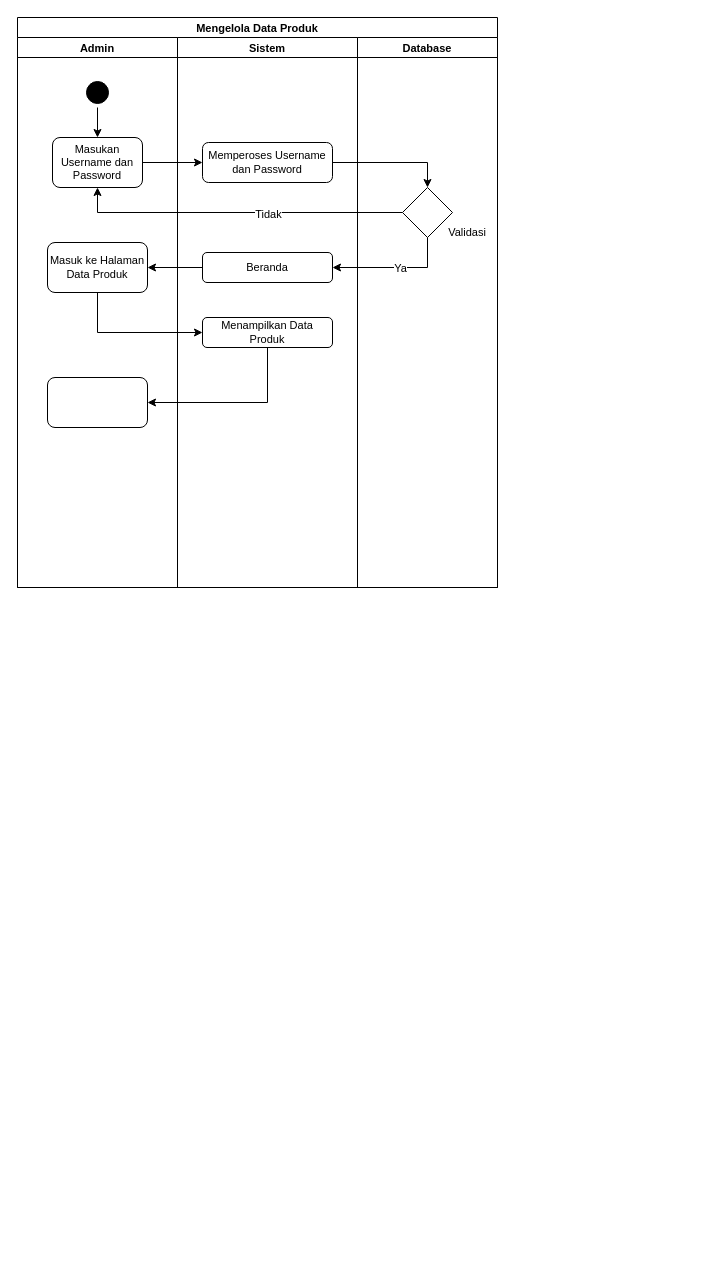
The draw.io diagram page "Mengelola Data Produk" (10 of 11) of Untitled Diagram.drawio (1).drawio in WildanMaulana17/admin.cafe17purwokerto, before the edit. Source tidied: cells renumbered, new cells numbered last; positions are measured from the earlier drawing's top-left corner, leaving out a move shared by most shapes. Both pictures are drawn from the tidied source at 100%, with x=0, y=0 at pixel (17, 17).
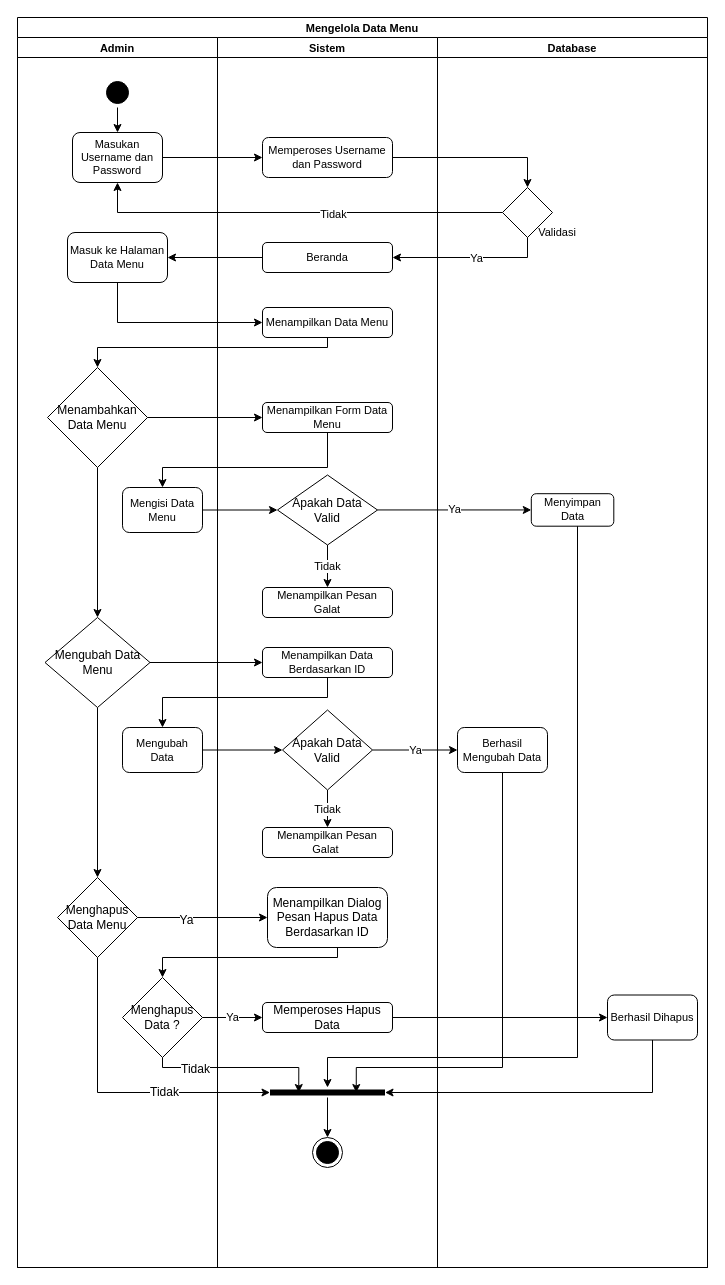
The same diagram, later.

What changed in the source:
```diff
@@
-    <mxCell id="2" value="Mengelola Data Produk" style="swimlane;startSize=20;fontSize=11;strokeColor=#000000;" parent="1" vertex="1">
-      <mxGeometry width="480" height="570" as="geometry" />
+    <mxCell id="2" value="Mengelola Data Menu" style="swimlane;startSize=20;fontSize=11;strokeColor=#000000;" parent="1" vertex="1">
+      <mxGeometry width="690" height="1250" as="geometry" />
     </mxCell>
     <mxCell id="3" value="Admin" style="swimlane;startSize=20;fontSize=11;strokeColor=#000000;" parent="2" vertex="1">
-      <mxGeometry y="20" width="160" height="550" as="geometry" />
+      <mxGeometry y="20" width="200" height="1230" as="geometry" />
     </mxCell>
@@
     <mxCell id="5" style="ellipse;html=1;shape=startState;fillColor=#000000;strokeColor=#000000;fontSize=11;" parent="3" vertex="1">
-      <mxGeometry x="65" y="40" width="30" height="30" as="geometry" />
+      <mxGeometry x="85" y="40" width="30" height="30" as="geometry" />
     </mxCell>
     <mxCell id="6" value="Masukan Username dan Password" style="rounded=1;whiteSpace=wrap;html=1;fontSize=11;strokeColor=#000000;" parent="3" vertex="1">
-      <mxGeometry x="35" y="100" width="90" height="50" as="geometry" />
+      <mxGeometry x="55" y="95" width="90" height="50" as="geometry" />
     </mxCell>
-    <mxCell id="7" value="Masuk ke Halaman Data Produk" style="rounded=1;whiteSpace=wrap;html=1;fontSize=11;strokeColor=#000000;" parent="3" vertex="1">
-      <mxGeometry x="30" y="205" width="100" height="50" as="geometry" />
+    <mxCell id="7" value="Masuk ke Halaman Data Menu" style="rounded=1;whiteSpace=wrap;html=1;fontSize=11;strokeColor=#000000;" parent="3" vertex="1">
+      <mxGeometry x="50" y="195" width="100" height="50" as="geometry" />
     </mxCell>
-    <mxCell id="8" style="rounded=1;whiteSpace=wrap;html=1;fontSize=11;strokeColor=#000000;" parent="3" vertex="1">
-      <mxGeometry x="30" y="340" width="100" height="50" as="geometry" />
-    </mxCell>
+    <mxCell id="25" style="edgeStyle=orthogonalEdgeStyle;rounded=0;jettySize=auto;html=1;entryX=0.5;entryY=0;entryDx=0;entryDy=0;strokeColor=#000000;" parent="3" edge="1" source="26" target="29">
+      <mxGeometry relative="1" as="geometry" />
+    </mxCell>
+    <mxCell id="26" value="Menambahkan Data Menu" style="rhombus;whiteSpace=wrap;html=1;strokeColor=#000000;" parent="3" vertex="1">
+      <mxGeometry x="30" y="330" width="100" height="100" as="geometry" />
+    </mxCell>
+    <mxCell id="27" value="Mengisi Data Menu" style="rounded=1;whiteSpace=wrap;html=1;fontSize=11;strokeColor=#000000;" parent="3" vertex="1">
+      <mxGeometry x="105" y="450" width="80" height="45" as="geometry" />
+    </mxCell>
+    <mxCell id="28" style="edgeStyle=orthogonalEdgeStyle;rounded=0;jettySize=auto;html=1;entryX=0.5;entryY=0;entryDx=0;entryDy=0;strokeColor=#000000;" parent="3" edge="1" source="29" target="31">
+      <mxGeometry relative="1" as="geometry" />
+    </mxCell>
+    <mxCell id="29" value="Mengubah Data Menu" style="rhombus;whiteSpace=wrap;html=1;strokeColor=#000000;" parent="3" vertex="1">
+      <mxGeometry x="27.5" y="580" width="105" height="90" as="geometry" />
+    </mxCell>
+    <mxCell id="30" value="Mengubah Data" style="rounded=1;whiteSpace=wrap;html=1;fontSize=11;strokeColor=#000000;" parent="3" vertex="1">
+      <mxGeometry x="105" y="690" width="80" height="45" as="geometry" />
+    </mxCell>
+    <mxCell id="31" value="Menghapus Data Menu" style="rhombus;whiteSpace=wrap;html=1;strokeColor=#000000;" parent="3" vertex="1">
+      <mxGeometry x="40" y="840" width="80" height="80" as="geometry" />
+    </mxCell>
+    <mxCell id="32" value="Menghapus Data ?" style="rhombus;whiteSpace=wrap;html=1;strokeColor=#000000;" parent="3" vertex="1">
+      <mxGeometry x="105" y="940" width="80" height="80" as="geometry" />
+    </mxCell>
     <mxCell id="9" value="Sistem" style="swimlane;startSize=20;fontSize=11;strokeColor=#000000;" parent="2" vertex="1">
-      <mxGeometry x="160" y="20" width="180" height="550" as="geometry" />
+      <mxGeometry x="200" y="20" width="220" height="1230" as="geometry" />
     </mxCell>
     <mxCell id="10" value="Memperoses Username dan Password" style="rounded=1;whiteSpace=wrap;html=1;fontSize=11;strokeColor=#000000;" parent="9" vertex="1">
-      <mxGeometry x="25" y="105" width="130" height="40" as="geometry" />
+      <mxGeometry x="45" y="100" width="130" height="40" as="geometry" />
     </mxCell>
     <mxCell id="11" value="Beranda" style="rounded=1;whiteSpace=wrap;html=1;fontSize=11;strokeColor=#000000;" parent="9" vertex="1">
-      <mxGeometry x="25" y="215" width="130" height="30" as="geometry" />
+      <mxGeometry x="45" y="205" width="130" height="30" as="geometry" />
     </mxCell>
-    <mxCell id="12" value="Menampilkan Data Produk" style="rounded=1;whiteSpace=wrap;html=1;fontSize=11;strokeColor=#000000;" parent="9" vertex="1">
-      <mxGeometry x="25" y="280" width="130" height="30" as="geometry" />
+    <mxCell id="12" value="Menampilkan Data Menu" style="rounded=1;whiteSpace=wrap;html=1;fontSize=11;strokeColor=#000000;" parent="9" vertex="1">
+      <mxGeometry x="45" y="270" width="130" height="30" as="geometry" />
     </mxCell>
+    <mxCell id="33" value="Menampilkan Form Data Menu" style="rounded=1;whiteSpace=wrap;html=1;fontSize=11;strokeColor=#000000;" parent="9" vertex="1">
+      <mxGeometry x="45" y="365" width="130" height="30" as="geometry" />
+    </mxCell>
+    <mxCell id="34" value="Tidak" style="edgeStyle=orthogonalEdgeStyle;rounded=0;jettySize=auto;html=1;strokeColor=#000000;" parent="9" edge="1" source="35" target="36">
+      <mxGeometry relative="1" as="geometry" />
+    </mxCell>
+    <mxCell id="35" value="Apakah Data Valid" style="rhombus;whiteSpace=wrap;html=1;strokeColor=#000000;" parent="9" vertex="1">
+      <mxGeometry x="60" y="437.5" width="100" height="70" as="geometry" />
+    </mxCell>
+    <mxCell id="36" value="Menampilkan Pesan Galat" style="rounded=1;whiteSpace=wrap;html=1;fontSize=11;strokeColor=#000000;" parent="9" vertex="1">
+      <mxGeometry x="45" y="550" width="130" height="30" as="geometry" />
+    </mxCell>
+    <mxCell id="37" value="Menampilkan Data Berdasarkan ID" style="rounded=1;whiteSpace=wrap;html=1;fontSize=11;strokeColor=#000000;" parent="9" vertex="1">
+      <mxGeometry x="45" y="610" width="130" height="30" as="geometry" />
+    </mxCell>
+    <mxCell id="38" value="Tidak" style="edgeStyle=orthogonalEdgeStyle;rounded=0;jettySize=auto;html=1;entryX=0.5;entryY=0;entryDx=0;entryDy=0;strokeColor=#000000;" parent="9" edge="1" source="39" target="40">
+      <mxGeometry relative="1" as="geometry" />
+    </mxCell>
+    <mxCell id="39" value="Apakah Data Valid" style="rhombus;whiteSpace=wrap;html=1;strokeColor=#000000;" parent="9" vertex="1">
+      <mxGeometry x="65" y="672.5" width="90" height="80" as="geometry" />
+    </mxCell>
+    <mxCell id="40" value="Menampilkan Pesan Galat&amp;nbsp;" style="rounded=1;whiteSpace=wrap;html=1;fontSize=11;strokeColor=#000000;" parent="9" vertex="1">
+      <mxGeometry x="45" y="790" width="130" height="30" as="geometry" />
+    </mxCell>
+    <mxCell id="41" value="&lt;span&gt;Menampilkan Dialog Pesan Hapus Data Berdasarkan ID&lt;/span&gt;" style="rounded=1;whiteSpace=wrap;html=1;strokeColor=#000000;" parent="9" vertex="1">
+      <mxGeometry x="50" y="850" width="120" height="60" as="geometry" />
+    </mxCell>
+    <mxCell id="42" value="&lt;font style=&quot;font-size: 12px&quot;&gt;Memperoses Hapus Data&lt;/font&gt;" style="rounded=1;whiteSpace=wrap;html=1;fontSize=11;strokeColor=#000000;" parent="9" vertex="1">
+      <mxGeometry x="45" y="965" width="130" height="30" as="geometry" />
+    </mxCell>
+    <mxCell id="43" style="edgeStyle=orthogonalEdgeStyle;rounded=0;jettySize=auto;html=1;entryX=0.5;entryY=0;entryDx=0;entryDy=0;fontSize=12;strokeColor=#000000;" parent="9" edge="1" source="44" target="45">
+      <mxGeometry relative="1" as="geometry" />
+    </mxCell>
+    <mxCell id="44" style="shape=line;html=1;strokeWidth=6;strokeColor=#000000;fontSize=12;" parent="9" vertex="1">
+      <mxGeometry x="52.5" y="1050" width="115" height="10" as="geometry" />
+    </mxCell>
+    <mxCell id="45" style="ellipse;html=1;shape=endState;fillColor=#000000;strokeColor=#000000;fontSize=12;" parent="9" vertex="1">
+      <mxGeometry x="95" y="1100" width="30" height="30" as="geometry" />
+    </mxCell>
     <mxCell id="13" value="Database" style="swimlane;startSize=20;fontSize=11;strokeColor=#000000;" parent="2" vertex="1">
-      <mxGeometry x="340" y="20" width="140" height="550" as="geometry" />
+      <mxGeometry x="420" y="20" width="270" height="1230" as="geometry" />
     </mxCell>
     <mxCell id="14" style="rhombus;whiteSpace=wrap;html=1;fontSize=11;strokeColor=#000000;" parent="13" vertex="1">
-      <mxGeometry x="45" y="150" width="50" height="50" as="geometry" />
+      <mxGeometry x="65" y="150" width="50" height="50" as="geometry" />
     </mxCell>
     <mxCell id="15" value="Validasi" style="text;html=1;strokeColor=none;fillColor=none;align=center;verticalAlign=middle;whiteSpace=wrap;rounded=0;fontSize=11;" parent="13" vertex="1">
-      <mxGeometry x="80" y="180" width="60" height="30" as="geometry" />
+      <mxGeometry x="90" y="180" width="60" height="30" as="geometry" />
     </mxCell>
+    <mxCell id="46" value="Menyimpan Data" style="rounded=1;whiteSpace=wrap;html=1;fontSize=11;strokeColor=#000000;" parent="13" vertex="1">
+      <mxGeometry x="93.8" y="456.2" width="82.5" height="32.5" as="geometry" />
+    </mxCell>
+    <mxCell id="47" value="Berhasil Mengubah Data" style="rounded=1;whiteSpace=wrap;html=1;fontSize=11;strokeColor=#000000;" parent="13" vertex="1">
+      <mxGeometry x="20" y="690" width="90" height="45" as="geometry" />
+    </mxCell>
+    <mxCell id="48" value="Berhasil Dihapus" style="rounded=1;whiteSpace=wrap;html=1;fontSize=11;strokeColor=#000000;" parent="13" vertex="1">
+      <mxGeometry x="170" y="957.5" width="90" height="45" as="geometry" />
+    </mxCell>
@@
     <mxCell id="20" style="edgeStyle=orthogonalEdgeStyle;rounded=0;jettySize=auto;html=1;entryX=1;entryY=0.5;entryDx=0;entryDy=0;fontSize=11;strokeColor=#000000;" parent="2" edge="1" source="14" target="11">
       <mxGeometry relative="1" as="geometry">
         <Array as="points">
-          <mxPoint x="410" y="250" />
+          <mxPoint x="510" y="240" />
         </Array>
       </mxGeometry>
     </mxCell>
@@
     <mxCell id="23" style="edgeStyle=orthogonalEdgeStyle;rounded=0;jettySize=auto;html=1;entryX=0;entryY=0.5;entryDx=0;entryDy=0;" parent="2" edge="1" source="7" target="12">
       <mxGeometry relative="1" as="geometry">
         <Array as="points">
-          <mxPoint x="80" y="315" />
+          <mxPoint x="100" y="305" />
         </Array>
       </mxGeometry>
     </mxCell>
-    <mxCell id="24" style="edgeStyle=orthogonalEdgeStyle;rounded=0;jettySize=auto;html=1;entryX=1;entryY=0.5;entryDx=0;entryDy=0;" parent="2" edge="1" source="12" target="8">
-      <mxGeometry relative="1" as="geometry">
-        <Array as="points">
-          <mxPoint x="250" y="385" />
-        </Array>
-      </mxGeometry>
-    </mxCell>
+    <mxCell id="49" style="edgeStyle=orthogonalEdgeStyle;rounded=0;jettySize=auto;html=1;entryX=0.5;entryY=0;entryDx=0;entryDy=0;strokeColor=#000000;" parent="2" edge="1" source="12" target="26">
+      <mxGeometry relative="1" as="geometry">
+        <Array as="points">
+          <mxPoint x="310" y="330" />
+          <mxPoint x="80" y="330" />
+        </Array>
+      </mxGeometry>
+    </mxCell>
+    <mxCell id="50" style="edgeStyle=orthogonalEdgeStyle;rounded=0;jettySize=auto;html=1;entryX=0;entryY=0.5;entryDx=0;entryDy=0;strokeColor=#000000;" parent="2" edge="1" source="26" target="33">
+      <mxGeometry relative="1" as="geometry" />
+    </mxCell>
+    <mxCell id="51" style="edgeStyle=orthogonalEdgeStyle;rounded=0;jettySize=auto;html=1;entryX=0.5;entryY=0;entryDx=0;entryDy=0;strokeColor=#000000;" parent="2" edge="1" source="33" target="27">
+      <mxGeometry relative="1" as="geometry">
+        <Array as="points">
+          <mxPoint x="310" y="450" />
+          <mxPoint x="145" y="450" />
+        </Array>
+      </mxGeometry>
+    </mxCell>
+    <mxCell id="52" style="edgeStyle=orthogonalEdgeStyle;rounded=0;jettySize=auto;html=1;entryX=0;entryY=0.5;entryDx=0;entryDy=0;strokeColor=#000000;" parent="2" edge="1" source="27" target="35">
+      <mxGeometry relative="1" as="geometry" />
+    </mxCell>
+    <mxCell id="53" value="Ya" style="edgeStyle=orthogonalEdgeStyle;rounded=0;jettySize=auto;html=1;entryX=0;entryY=0.5;entryDx=0;entryDy=0;strokeColor=#000000;" parent="2" edge="1" source="35" target="46">
+      <mxGeometry relative="1" as="geometry" />
+    </mxCell>
+    <mxCell id="54" style="edgeStyle=orthogonalEdgeStyle;rounded=0;jettySize=auto;html=1;entryX=0;entryY=0.5;entryDx=0;entryDy=0;strokeColor=#000000;" parent="2" edge="1" source="29" target="37">
+      <mxGeometry relative="1" as="geometry" />
+    </mxCell>
+    <mxCell id="55" style="edgeStyle=orthogonalEdgeStyle;rounded=0;jettySize=auto;html=1;entryX=0.5;entryY=0;entryDx=0;entryDy=0;strokeColor=#000000;" parent="2" edge="1" source="37" target="30">
+      <mxGeometry relative="1" as="geometry">
+        <Array as="points">
+          <mxPoint x="310" y="680" />
+          <mxPoint x="145" y="680" />
+        </Array>
+      </mxGeometry>
+    </mxCell>
+    <mxCell id="56" style="edgeStyle=orthogonalEdgeStyle;rounded=0;jettySize=auto;html=1;entryX=0;entryY=0.5;entryDx=0;entryDy=0;strokeColor=#000000;" parent="2" edge="1" source="30" target="39">
+      <mxGeometry relative="1" as="geometry" />
+    </mxCell>
+    <mxCell id="57" value="Ya" style="edgeStyle=orthogonalEdgeStyle;rounded=0;jettySize=auto;html=1;entryX=0;entryY=0.5;entryDx=0;entryDy=0;strokeColor=#000000;" parent="2" edge="1" source="39" target="47">
+      <mxGeometry relative="1" as="geometry" />
+    </mxCell>
+    <mxCell id="58" style="edgeStyle=orthogonalEdgeStyle;rounded=0;jettySize=auto;html=1;entryX=0;entryY=0.5;entryDx=0;entryDy=0;strokeColor=#000000;" parent="2" edge="1" source="31" target="41">
+      <mxGeometry relative="1" as="geometry" />
+    </mxCell>
+    <mxCell id="59" value="Ya" style="edgeLabel;html=1;align=center;verticalAlign=middle;fontSize=12;" parent="58" vertex="1">
+      <mxGeometry x="-0.26" y="-2" relative="1" as="geometry" />
+    </mxCell>
+    <mxCell id="60" style="edgeStyle=orthogonalEdgeStyle;rounded=0;jettySize=auto;html=1;strokeColor=#000000;entryX=0.5;entryY=0;entryDx=0;entryDy=0;" parent="2" edge="1" source="41" target="32">
+      <mxGeometry relative="1" as="geometry">
+        <Array as="points">
+          <mxPoint x="320" y="940" />
+          <mxPoint x="145" y="940" />
+        </Array>
+      </mxGeometry>
+    </mxCell>
+    <mxCell id="61" value="Ya" style="edgeStyle=orthogonalEdgeStyle;rounded=0;jettySize=auto;html=1;entryX=0;entryY=0.5;entryDx=0;entryDy=0;strokeColor=#000000;" parent="2" edge="1" source="32" target="42">
+      <mxGeometry relative="1" as="geometry" />
+    </mxCell>
+    <mxCell id="62" style="edgeStyle=orthogonalEdgeStyle;rounded=0;jettySize=auto;html=1;entryX=0;entryY=0.5;entryDx=0;entryDy=0;fontSize=12;strokeColor=#000000;" parent="2" edge="1" source="42" target="48">
+      <mxGeometry relative="1" as="geometry" />
+    </mxCell>
+    <mxCell id="63" style="edgeStyle=orthogonalEdgeStyle;rounded=0;jettySize=auto;html=1;entryX=1;entryY=0.5;entryDx=0;entryDy=0;entryPerimeter=0;fontSize=12;strokeColor=#000000;" parent="2" edge="1" source="48" target="44">
+      <mxGeometry relative="1" as="geometry">
+        <Array as="points">
+          <mxPoint x="635" y="1075" />
+        </Array>
+      </mxGeometry>
+    </mxCell>
+    <mxCell id="64" style="edgeStyle=orthogonalEdgeStyle;rounded=0;jettySize=auto;html=1;entryX=0.75;entryY=0.5;entryDx=0;entryDy=0;entryPerimeter=0;fontSize=12;strokeColor=#000000;" parent="2" edge="1" source="47" target="44">
+      <mxGeometry relative="1" as="geometry">
+        <Array as="points">
+          <mxPoint x="485" y="1050" />
+          <mxPoint x="339" y="1050" />
+        </Array>
+      </mxGeometry>
+    </mxCell>
+    <mxCell id="65" style="edgeStyle=orthogonalEdgeStyle;rounded=0;jettySize=auto;html=1;fontSize=12;strokeColor=#000000;" parent="2" edge="1" source="46" target="44">
+      <mxGeometry relative="1" as="geometry">
+        <Array as="points">
+          <mxPoint x="560" y="1040" />
+          <mxPoint x="310" y="1040" />
+        </Array>
+      </mxGeometry>
+    </mxCell>
+    <mxCell id="66" style="edgeStyle=orthogonalEdgeStyle;rounded=0;jettySize=auto;html=1;entryX=0.25;entryY=0.5;entryDx=0;entryDy=0;entryPerimeter=0;fontSize=12;strokeColor=#000000;" parent="2" edge="1" source="32" target="44">
+      <mxGeometry relative="1" as="geometry">
+        <Array as="points">
+          <mxPoint x="145" y="1050" />
+          <mxPoint x="281" y="1050" />
+        </Array>
+      </mxGeometry>
+    </mxCell>
+    <mxCell id="67" value="Tidak" style="edgeLabel;html=1;align=center;verticalAlign=middle;fontSize=12;" parent="66" vertex="1">
+      <mxGeometry x="-0.51" y="-1" relative="1" as="geometry" />
+    </mxCell>
+    <mxCell id="68" style="edgeStyle=orthogonalEdgeStyle;rounded=0;jettySize=auto;html=1;entryX=0;entryY=0.5;entryDx=0;entryDy=0;entryPerimeter=0;fontSize=12;strokeColor=#000000;" parent="2" edge="1" source="31" target="44">
+      <mxGeometry relative="1" as="geometry">
+        <Array as="points">
+          <mxPoint x="80" y="1075" />
+        </Array>
+      </mxGeometry>
+    </mxCell>
+    <mxCell id="69" value="Tidak" style="edgeLabel;html=1;align=center;verticalAlign=middle;fontSize=12;" parent="68" vertex="1">
+      <mxGeometry x="0.31" y="1" relative="1" as="geometry" />
+    </mxCell>
```
